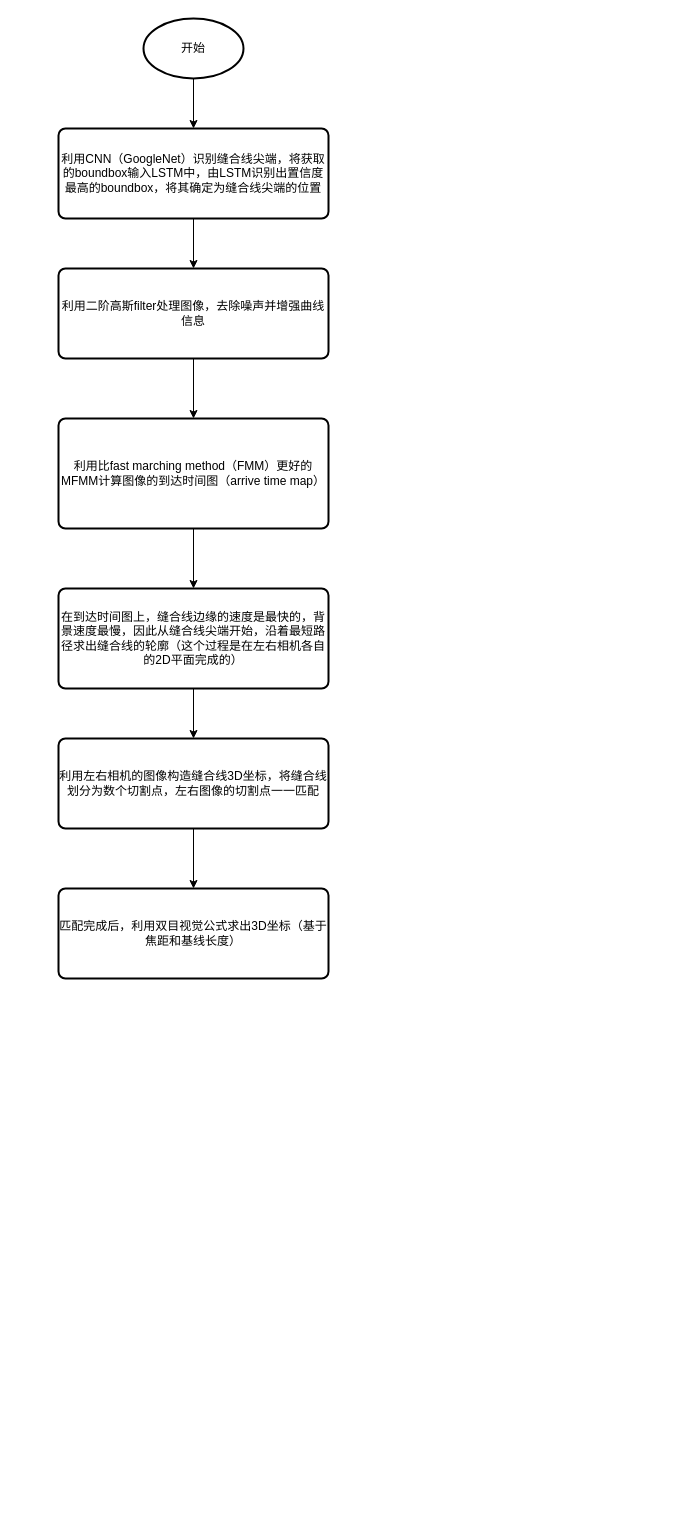
The draw.io diagram 未命名绘图.drawio in AngelHRay/draw.io, before the edit. Source tidied: cells renumbered, new cells numbered last; positions are measured from the earlier drawing's top-left corner, leaving out a move shared by most shapes. Both pictures are drawn from the tidied source at 100%, with x=0, y=0 at pixel (58, 18).
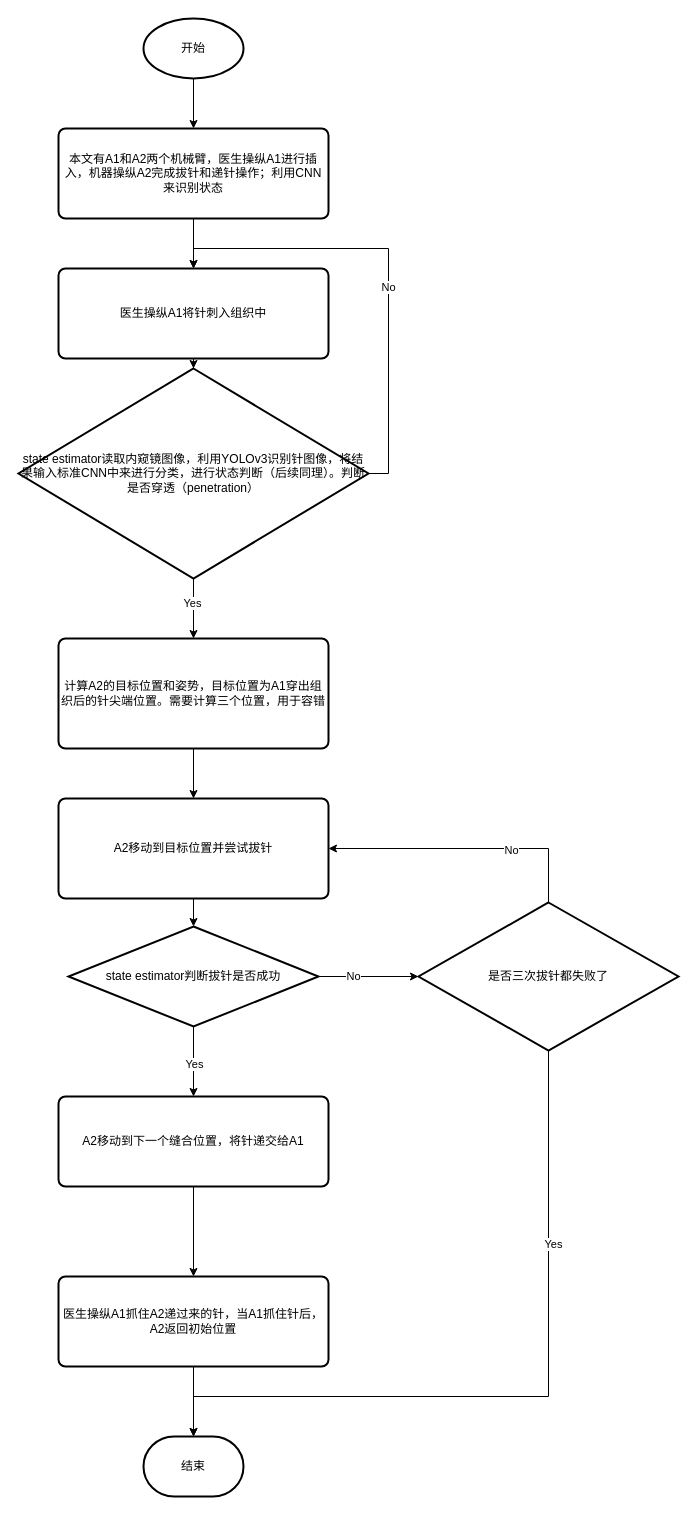
The same page after the edit.

Commit message (it also covers changes not shown here):
更新未命名绘图.drawio

What changed in the source:
```diff
@@
-    <mxCell id="5" value="利用CNN（GoogleNet）识别缝合线尖端，将获取的boundbox输入LSTM中，由LSTM识别出置信度最高的boundbox，将其确定为缝合线尖端的位置" style="rounded=1;whiteSpace=wrap;html=1;absoluteArcSize=1;arcSize=14;strokeWidth=2;" parent="1" vertex="1">
+    <mxCell id="5" value="本文有A1和A2两个机械臂，医生操纵A1进行插入，机器操纵A2完成拔针和递针操作；利用CNN来识别状态" style="rounded=1;whiteSpace=wrap;html=1;absoluteArcSize=1;arcSize=14;strokeWidth=2;" parent="1" vertex="1">
       <mxGeometry y="110" width="270" height="90" as="geometry" />
     </mxCell>
-    <mxCell id="6" style="edgeStyle=orthogonalEdgeStyle;rounded=0;jettySize=auto;html=1;exitX=0.5;exitY=1;exitDx=0;exitDy=0;" parent="1" edge="1" source="7" target="11">
+    <mxCell id="6" style="edgeStyle=orthogonalEdgeStyle;rounded=0;jettySize=auto;html=1;exitX=0.5;exitY=1;exitDx=0;exitDy=0;" parent="1" edge="1" source="7" target="20">
       <mxGeometry relative="1" as="geometry" />
     </mxCell>
-    <mxCell id="7" value="利用二阶高斯filter处理图像，去除噪声并增强曲线信息" style="rounded=1;whiteSpace=wrap;html=1;absoluteArcSize=1;arcSize=14;strokeWidth=2;" parent="1" vertex="1">
+    <mxCell id="7" value="医生操纵A1将针刺入组织中" style="rounded=1;whiteSpace=wrap;html=1;absoluteArcSize=1;arcSize=14;strokeWidth=2;" parent="1" vertex="1">
       <mxGeometry y="250" width="270" height="90" as="geometry" />
     </mxCell>
-    <mxCell id="8" style="edgeStyle=orthogonalEdgeStyle;rounded=0;jettySize=auto;html=1;" parent="1" edge="1" source="9" target="13">
-      <mxGeometry relative="1" as="geometry" />
-    </mxCell>
-    <mxCell id="9" value="在到达时间图上，缝合线边缘的速度是最快的，背景速度最慢，因此从缝合线尖端开始，沿着最短路径求出缝合线的轮廓（这个过程是在左右相机各自的2D平面完成的）" style="rounded=1;whiteSpace=wrap;html=1;absoluteArcSize=1;arcSize=14;strokeWidth=2;" parent="1" vertex="1">
-      <mxGeometry y="570" width="270" height="100" as="geometry" />
+    <mxCell id="9" value="A2移动到目标位置并尝试拔针" style="rounded=1;whiteSpace=wrap;html=1;absoluteArcSize=1;arcSize=14;strokeWidth=2;" parent="1" vertex="1">
+      <mxGeometry y="780" width="270" height="100" as="geometry" />
     </mxCell>
@@
-    <mxCell id="11" value="利用比fast marching method（FMM）更好的MFMM计算图像的到达时间图（arrive time map）" style="rounded=1;whiteSpace=wrap;html=1;absoluteArcSize=1;arcSize=14;strokeWidth=2;" parent="1" vertex="1">
-      <mxGeometry y="400" width="270" height="110" as="geometry" />
+    <mxCell id="11" value="计算A2的目标位置和姿势，目标位置为A1穿出组织后的针尖端位置。需要计算三个位置，用于容错" style="rounded=1;whiteSpace=wrap;html=1;absoluteArcSize=1;arcSize=14;strokeWidth=2;" parent="1" vertex="1">
+      <mxGeometry y="620" width="270" height="110" as="geometry" />
     </mxCell>
@@
-    <mxCell id="13" value="利用左右相机的图像构造缝合线3D坐标，将缝合线划分为数个切割点，左右图像的切割点一一匹配" style="rounded=1;whiteSpace=wrap;html=1;absoluteArcSize=1;arcSize=14;strokeWidth=2;" parent="1" vertex="1">
-      <mxGeometry y="720" width="270" height="90" as="geometry" />
+    <mxCell id="13" value="A2移动到下一个缝合位置，将针递交给A1" style="rounded=1;whiteSpace=wrap;html=1;absoluteArcSize=1;arcSize=14;strokeWidth=2;" parent="1" vertex="1">
+      <mxGeometry y="1078" width="270" height="90" as="geometry" />
     </mxCell>
+    <mxCell id="15" style="edgeStyle=orthogonalEdgeStyle;rounded=0;jettySize=auto;html=1;exitX=0.5;exitY=1;exitDx=0;exitDy=0;" parent="1" edge="1" source="14" target="31">
+      <mxGeometry relative="1" as="geometry" />
+    </mxCell>
-    <mxCell id="14" value="匹配完成后，利用双目视觉公式求出3D坐标（基于焦距和基线长度）" style="rounded=1;whiteSpace=wrap;html=1;absoluteArcSize=1;arcSize=14;strokeWidth=2;" parent="1" vertex="1">
-      <mxGeometry y="870" width="270" height="90" as="geometry" />
+    <mxCell id="14" value="医生操纵A1抓住A2递过来的针，当A1抓住针后，A2返回初始位置" style="rounded=1;whiteSpace=wrap;html=1;absoluteArcSize=1;arcSize=14;strokeWidth=2;" parent="1" vertex="1">
+      <mxGeometry y="1258" width="270" height="90" as="geometry" />
     </mxCell>
+    <mxCell id="16" style="edgeStyle=orthogonalEdgeStyle;rounded=0;jettySize=auto;html=1;exitX=0.5;exitY=1;exitDx=0;exitDy=0;exitPerimeter=0;entryX=0.5;entryY=0;entryDx=0;entryDy=0;" parent="1" edge="1" source="20" target="11">
+      <mxGeometry relative="1" as="geometry" />
+    </mxCell>
+    <mxCell id="17" value="Yes" style="edgeLabel;html=1;align=center;verticalAlign=middle;" parent="16" vertex="1">
+      <mxGeometry x="-0.2" y="-2" relative="1" as="geometry" />
+    </mxCell>
+    <mxCell id="18" style="edgeStyle=orthogonalEdgeStyle;rounded=0;jettySize=auto;html=1;exitX=1;exitY=0.5;exitDx=0;exitDy=0;exitPerimeter=0;entryX=0.5;entryY=0;entryDx=0;entryDy=0;" parent="1" edge="1" source="20" target="7">
+      <mxGeometry relative="1" as="geometry" />
+    </mxCell>
+    <mxCell id="19" value="No" style="edgeLabel;html=1;align=center;verticalAlign=middle;" parent="18" vertex="1">
+      <mxGeometry x="-0.1" y="1" relative="1" as="geometry" />
+    </mxCell>
+    <mxCell id="20" value="state estimator读取内窥镜图像，利用YOLOv3识别针图像，将结果输入标准CNN中来进行分类，进行状态判断（后续同理）。判断是否穿透（penetration）" style="strokeWidth=2;html=1;shape=mxgraph.flowchart.decision;whiteSpace=wrap;" parent="1" vertex="1">
+      <mxGeometry x="-40" y="350" width="350" height="210" as="geometry" />
+    </mxCell>
+    <mxCell id="21" style="edgeStyle=orthogonalEdgeStyle;rounded=0;jettySize=auto;html=1;exitX=0.5;exitY=1;exitDx=0;exitDy=0;exitPerimeter=0;entryX=0.5;entryY=0;entryDx=0;entryDy=0;" parent="1" edge="1" source="23" target="13">
+      <mxGeometry relative="1" as="geometry" />
+    </mxCell>
+    <mxCell id="22" value="Yes" style="edgeLabel;html=1;align=center;verticalAlign=middle;" parent="21" vertex="1">
+      <mxGeometry x="0.06" relative="1" as="geometry" />
+    </mxCell>
+    <mxCell id="23" value="state estimator判断拔针是否成功" style="strokeWidth=2;html=1;shape=mxgraph.flowchart.decision;whiteSpace=wrap;" parent="1" vertex="1">
+      <mxGeometry x="10" y="908" width="250" height="100" as="geometry" />
+    </mxCell>
+    <mxCell id="24" style="edgeStyle=orthogonalEdgeStyle;rounded=0;jettySize=auto;html=1;exitX=0.5;exitY=1;exitDx=0;exitDy=0;exitPerimeter=0;" parent="1" edge="1" source="28" target="31">
+      <mxGeometry relative="1" as="geometry">
+        <Array as="points">
+          <mxPoint x="490" y="1378" />
+          <mxPoint x="135" y="1378" />
+        </Array>
+      </mxGeometry>
+    </mxCell>
+    <mxCell id="25" value="Yes" style="edgeLabel;html=1;align=center;verticalAlign=middle;" parent="24" vertex="1">
+      <mxGeometry x="-0.48" y="4" relative="1" as="geometry" />
+    </mxCell>
+    <mxCell id="26" style="edgeStyle=orthogonalEdgeStyle;rounded=0;jettySize=auto;html=1;exitX=0.5;exitY=0;exitDx=0;exitDy=0;exitPerimeter=0;entryX=1;entryY=0.5;entryDx=0;entryDy=0;" parent="1" edge="1" source="28" target="9">
+      <mxGeometry relative="1" as="geometry" />
+    </mxCell>
+    <mxCell id="27" value="No" style="edgeLabel;html=1;align=center;verticalAlign=middle;" parent="26" vertex="1">
+      <mxGeometry x="-0.33" y="1" relative="1" as="geometry" />
+    </mxCell>
+    <mxCell id="28" value="是否三次拔针都失败了" style="strokeWidth=2;html=1;shape=mxgraph.flowchart.decision;whiteSpace=wrap;" parent="1" vertex="1">
+      <mxGeometry x="360" y="884" width="260" height="148" as="geometry" />
+    </mxCell>
+    <mxCell id="29" style="edgeStyle=orthogonalEdgeStyle;rounded=0;jettySize=auto;html=1;exitX=1;exitY=0.5;exitDx=0;exitDy=0;exitPerimeter=0;entryX=0;entryY=0.5;entryDx=0;entryDy=0;entryPerimeter=0;" parent="1" edge="1" source="23" target="28">
+      <mxGeometry relative="1" as="geometry" />
+    </mxCell>
+    <mxCell id="30" value="No" style="edgeLabel;html=1;align=center;verticalAlign=middle;" parent="29" vertex="1">
+      <mxGeometry x="-0.33" y="1" relative="1" as="geometry" />
+    </mxCell>
+    <mxCell id="31" value="结束" style="strokeWidth=2;html=1;shape=mxgraph.flowchart.terminator;whiteSpace=wrap;" parent="1" vertex="1">
+      <mxGeometry x="85" y="1418" width="100" height="60" as="geometry" />
+    </mxCell>
+    <mxCell id="32" style="edgeStyle=orthogonalEdgeStyle;rounded=0;jettySize=auto;html=1;exitX=0.5;exitY=1;exitDx=0;exitDy=0;entryX=0.5;entryY=0;entryDx=0;entryDy=0;entryPerimeter=0;" parent="1" edge="1" source="9" target="23">
+      <mxGeometry relative="1" as="geometry" />
+    </mxCell>
```
